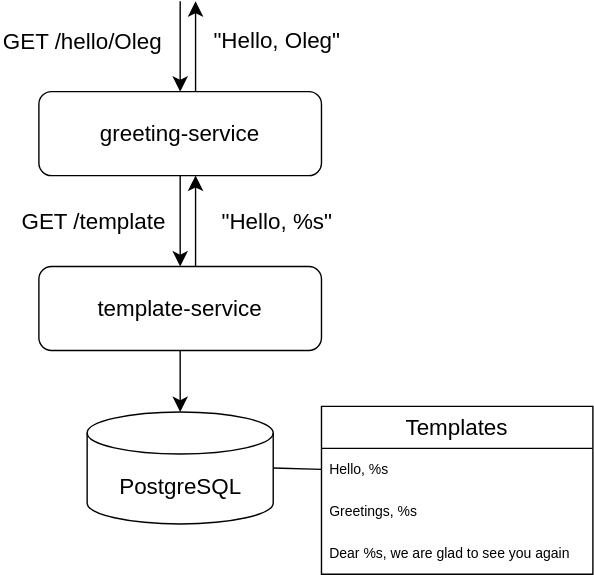
ozimakov-rh/distributed-app-demo keeps this draw.io diagram as distributed-app-architecture.svg. Above is the earlier version. Source tidied: cells renumbered, new cells last; positions are measured from the earlier drawing's top-left corner, leaving out a move shared by most shapes. The source it was exported from:
```xml
<mxGraphModel>
  <root>
    <mxCell id="0" />
    <mxCell id="1" parent="0" />
    <mxCell id="2" style="edgeStyle=none;curved=1;rounded=0;jettySize=auto;html=1;fontSize=12;startSize=8;endSize=8;strokeColor=default;startArrow=classic;startFill=1;endArrow=none;endFill=0;" parent="1" edge="1" source="4">
      <mxGeometry relative="1" as="geometry">
        <mxPoint x="128" y="0.4" as="targetPoint" />
      </mxGeometry>
    </mxCell>
    <mxCell id="3" style="edgeStyle=none;curved=1;rounded=0;jettySize=auto;html=1;entryX=0.5;entryY=0;entryDx=0;entryDy=0;fontSize=12;startSize=8;endSize=8;" parent="1" edge="1" source="4" target="5">
      <mxGeometry relative="1" as="geometry" />
    </mxCell>
    <mxCell id="4" value="greeting-service" style="rounded=1;whiteSpace=wrap;html=1;fontSize=16;" parent="1" vertex="1">
      <mxGeometry x="27" y="65" width="202" height="60" as="geometry" />
    </mxCell>
    <mxCell id="5" value="template-service" style="rounded=1;whiteSpace=wrap;html=1;fontSize=16;" parent="1" vertex="1">
      <mxGeometry x="27" y="190" width="202" height="60" as="geometry" />
    </mxCell>
    <mxCell id="6" style="edgeStyle=none;curved=1;rounded=0;jettySize=auto;html=1;exitX=1;exitY=0.5;exitDx=0;exitDy=0;exitPerimeter=0;entryX=0;entryY=0.5;entryDx=0;entryDy=0;fontSize=12;startSize=8;endSize=8;endArrow=none;endFill=0;" parent="1" edge="1" source="7" target="16">
      <mxGeometry relative="1" as="geometry" />
    </mxCell>
    <mxCell id="7" value="PostgreSQL" style="shape=cylinder3;whiteSpace=wrap;html=1;boundedLbl=1;backgroundOutline=1;size=15;fontSize=16;" parent="1" vertex="1">
      <mxGeometry x="61.5" y="294" width="133" height="80" as="geometry" />
    </mxCell>
    <mxCell id="8" value="GET /hello/Oleg" style="text;strokeColor=none;fillColor=none;html=1;align=center;verticalAlign=middle;whiteSpace=wrap;rounded=0;fontSize=16;" parent="1" vertex="1">
      <mxGeometry y="15" width="117" height="27" as="geometry" />
    </mxCell>
    <mxCell id="9" value="&quot;Hello, Oleg&quot;" style="text;strokeColor=none;fillColor=none;html=1;align=center;verticalAlign=middle;whiteSpace=wrap;rounded=0;fontSize=16;" parent="1" vertex="1">
      <mxGeometry x="139" y="15" width="117" height="26" as="geometry" />
    </mxCell>
    <mxCell id="10" style="edgeStyle=none;curved=1;rounded=0;orthogonalLoop=1;jettySize=auto;html=1;fontSize=12;startSize=8;endSize=8;strokeColor=default;startArrow=none;startFill=0;endArrow=classic;endFill=1;" parent="1" edge="1">
      <mxGeometry relative="1" as="geometry">
        <mxPoint x="139" y="65" as="sourcePoint" />
        <mxPoint x="139" y="0.4" as="targetPoint" />
      </mxGeometry>
    </mxCell>
    <mxCell id="11" style="edgeStyle=none;curved=1;rounded=0;orthogonalLoop=1;jettySize=auto;html=1;fontSize=12;startSize=8;endSize=8;strokeColor=default;startArrow=none;startFill=0;endArrow=classic;endFill=1;" parent="1" edge="1">
      <mxGeometry relative="1" as="geometry">
        <mxPoint x="139" y="189.6" as="sourcePoint" />
        <mxPoint x="139" y="125" as="targetPoint" />
      </mxGeometry>
    </mxCell>
    <mxCell id="12" value="GET /template" style="text;strokeColor=none;fillColor=none;html=1;align=center;verticalAlign=middle;whiteSpace=wrap;rounded=0;fontSize=16;" parent="1" vertex="1">
      <mxGeometry x="8" y="144" width="117" height="27" as="geometry" />
    </mxCell>
    <mxCell id="13" value="&quot;Hello, %s&quot;" style="text;strokeColor=none;fillColor=none;html=1;align=center;verticalAlign=middle;whiteSpace=wrap;rounded=0;fontSize=16;" parent="1" vertex="1">
      <mxGeometry x="139" y="144" width="117" height="27" as="geometry" />
    </mxCell>
    <mxCell id="14" style="edgeStyle=none;curved=1;rounded=0;jettySize=auto;html=1;entryX=0.5;entryY=0;entryDx=0;entryDy=0;entryPerimeter=0;fontSize=12;startSize=8;endSize=8;" parent="1" edge="1" source="5" target="7">
      <mxGeometry relative="1" as="geometry" />
    </mxCell>
    <mxCell id="15" value="Templates" style="swimlane;fontStyle=0;horizontal=1;startSize=30;whiteSpace=wrap;html=1;fontSize=16;" parent="1" vertex="1">
      <mxGeometry x="229" y="290" width="194" height="120" as="geometry" />
    </mxCell>
    <mxCell id="16" value="Hello, %s" style="text;strokeColor=none;fillColor=none;align=left;verticalAlign=middle;spacingLeft=4;spacingRight=4;overflow=hidden;points=[[0,0.5],[1,0.5]];portConstraint=eastwest;whiteSpace=wrap;html=1;fontSize=10;" parent="15" vertex="1">
      <mxGeometry y="30" width="194" height="30" as="geometry" />
    </mxCell>
    <mxCell id="17" value="Greetings, %s" style="text;strokeColor=none;fillColor=none;align=left;verticalAlign=middle;spacingLeft=4;spacingRight=4;overflow=hidden;whiteSpace=wrap;html=1;fontSize=10;" parent="15" vertex="1">
      <mxGeometry y="60" width="194" height="30" as="geometry" />
    </mxCell>
    <mxCell id="18" value="Dear %s, we are glad to see you again" style="text;strokeColor=none;fillColor=none;align=left;verticalAlign=middle;spacingLeft=4;spacingRight=4;overflow=hidden;whiteSpace=wrap;html=1;fontSize=10;" parent="15" vertex="1">
      <mxGeometry y="90" width="194" height="30" as="geometry" />
    </mxCell>
  </root>
</mxGraphModel>
```
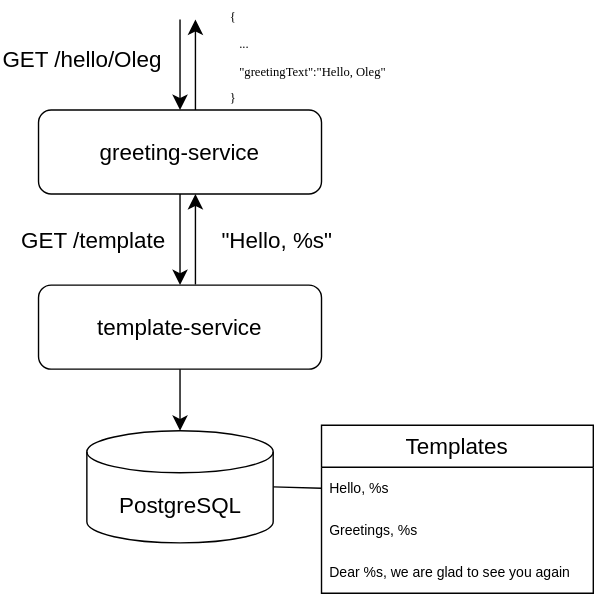
After the commit.

Commit message:
Modified application diagram

The edit, as a diff of the source:
```diff
@@ -25,8 +25,8 @@
     <mxCell id="8" value="GET /hello/Oleg" style="text;strokeColor=none;fillColor=none;html=1;align=center;verticalAlign=middle;whiteSpace=wrap;rounded=0;fontSize=16;" parent="1" vertex="1">
       <mxGeometry y="15" width="117" height="27" as="geometry" />
     </mxCell>
-    <mxCell id="9" value="&quot;Hello, Oleg&quot;" style="text;strokeColor=none;fillColor=none;html=1;align=center;verticalAlign=middle;whiteSpace=wrap;rounded=0;fontSize=16;" parent="1" vertex="1">
-      <mxGeometry x="139" y="15" width="117" height="26" as="geometry" />
+    <mxCell id="9" value="&lt;font style=&quot;font-size: 9px;&quot; face=&quot;Verdana&quot;&gt;{&lt;br&gt;&amp;nbsp; &amp;nbsp;...&lt;br&gt;&amp;nbsp; &amp;nbsp;&quot;greetingText&quot;:&quot;Hello, Oleg&quot;&lt;br&gt;}&lt;/font&gt;" style="text;strokeColor=none;fillColor=none;html=1;align=left;verticalAlign=middle;whiteSpace=wrap;rounded=0;fontSize=16;" parent="1" vertex="1">
+      <mxGeometry x="162" y="12" width="169" height="26" as="geometry" />
     </mxCell>
     <mxCell id="10" style="edgeStyle=none;curved=1;rounded=0;orthogonalLoop=1;jettySize=auto;html=1;fontSize=12;startSize=8;endSize=8;strokeColor=default;startArrow=none;startFill=0;endArrow=classic;endFill=1;" parent="1" edge="1">
       <mxGeometry relative="1" as="geometry">
@@ -61,5 +61,8 @@
     <mxCell id="18" value="Dear %s, we are glad to see you again" style="text;strokeColor=none;fillColor=none;align=left;verticalAlign=middle;spacingLeft=4;spacingRight=4;overflow=hidden;whiteSpace=wrap;html=1;fontSize=10;" parent="15" vertex="1">
       <mxGeometry y="90" width="194" height="30" as="geometry" />
     </mxCell>
+    <mxCell id="19" style="edgeStyle=none;curved=1;rounded=0;orthogonalLoop=1;jettySize=auto;html=1;exitX=0.75;exitY=1;exitDx=0;exitDy=0;fontSize=12;startSize=8;endSize=8;" parent="1" edge="1" source="9" target="9">
+      <mxGeometry relative="1" as="geometry" />
+    </mxCell>
   </root>
 </mxGraphModel>
```
